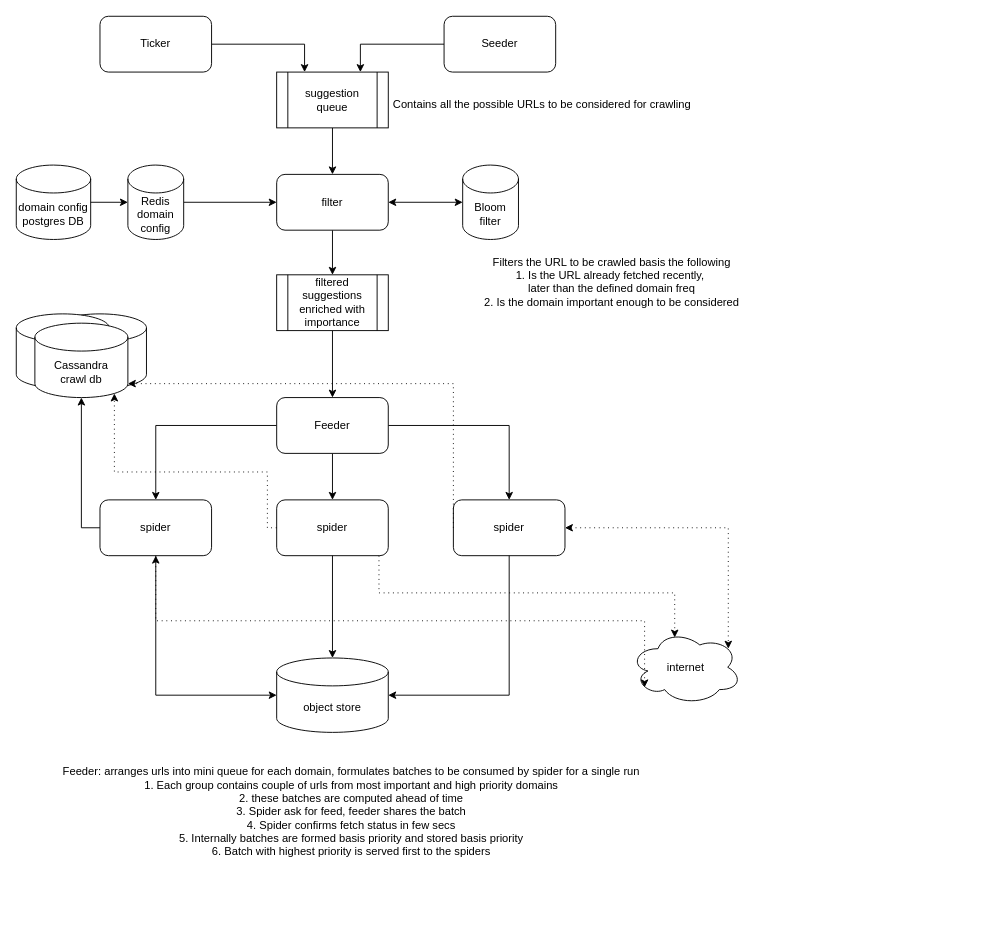
This is web-crawler/assets/web-crawler.drawio from Circles24/high-level-designs, a draw.io file, before an edit. Source tidied: cells renumbered, new cells numbered last; positions are measured from the earlier drawing's top-left corner, leaving out a move shared by most shapes. Both pictures are drawn from the tidied source at 93%, with x=0, y=0 at pixel (16, 16).
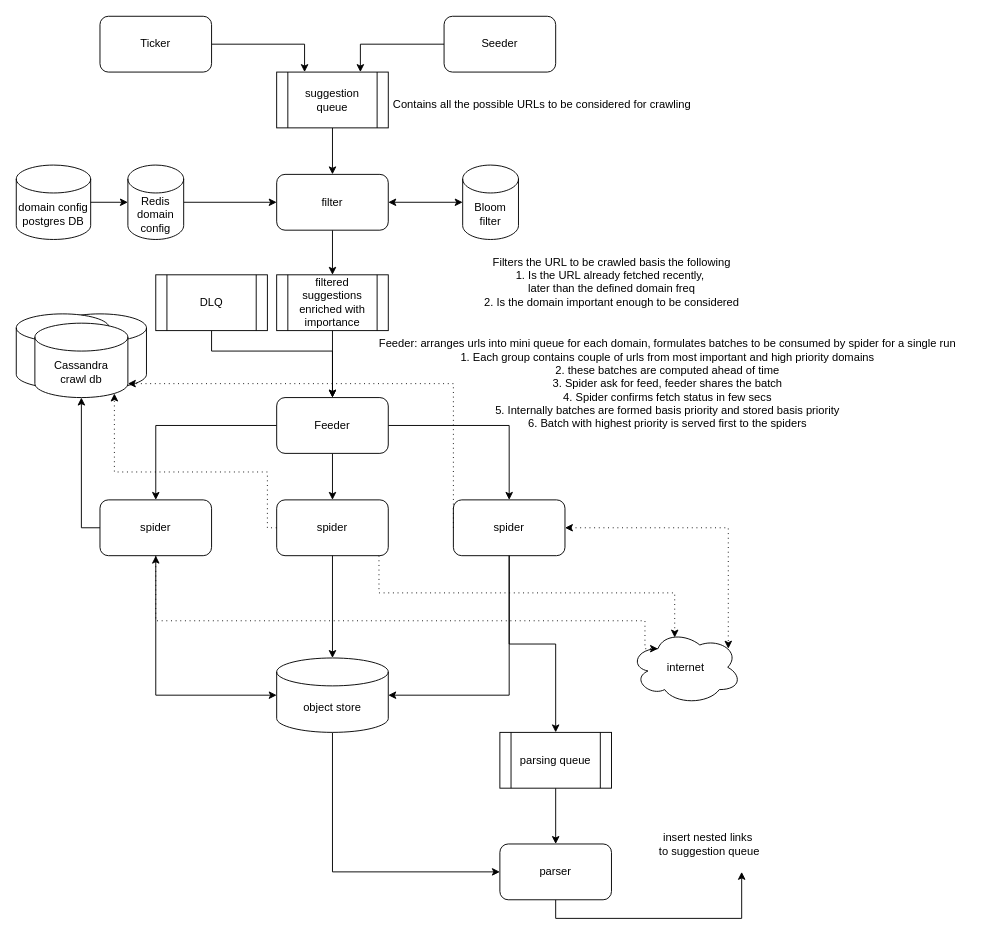
The same page after the edit.

Commit message (it also covers changes not shown here):
fix: web crawler design

The change refers to these unchanged cells:
```xml
<mxCell id="14" value="Feeder" style="rounded=1;whiteSpace=wrap;html=1;" parent="1" vertex="1">
  <mxGeometry x="280" y="410" width="120" height="60" as="geometry" />
</mxCell>
<mxCell id="16" value="spider" style="rounded=1;whiteSpace=wrap;html=1;" parent="1" vertex="1">
  <mxGeometry x="90" y="520" width="120" height="60" as="geometry" />
</mxCell>
<mxCell id="17" value="object store" style="shape=cylinder3;whiteSpace=wrap;html=1;boundedLbl=1;backgroundOutline=1;size=15;" parent="1" vertex="1">
  <mxGeometry x="280" y="690" width="120" height="80" as="geometry" />
</mxCell>
<mxCell id="26" value="spider" style="rounded=1;whiteSpace=wrap;html=1;" parent="1" vertex="1">
  <mxGeometry x="470" y="520" width="120" height="60" as="geometry" />
</mxCell>
<mxCell id="30" value="internet" style="ellipse;shape=cloud;whiteSpace=wrap;html=1;" parent="1" vertex="1">
  <mxGeometry x="660" y="660" width="120" height="80" as="geometry" />
</mxCell>
```

Change to the diagram source:
```diff
@@
+    <mxCell id="42" style="edgeStyle=orthogonalEdgeStyle;rounded=0;jettySize=auto;html=1;exitX=0.5;exitY=1;exitDx=0;exitDy=0;exitPerimeter=0;entryX=0;entryY=0.5;entryDx=0;entryDy=0;" parent="1" edge="1" source="17" target="45">
+      <mxGeometry relative="1" as="geometry" />
+    </mxCell>
@@
+    <mxCell id="43" style="edgeStyle=orthogonalEdgeStyle;rounded=0;jettySize=auto;html=1;entryX=0.5;entryY=0;entryDx=0;entryDy=0;" parent="1" edge="1" source="26" target="47">
+      <mxGeometry relative="1" as="geometry" />
+    </mxCell>
@@
-    <mxCell id="32" style="edgeStyle=orthogonalEdgeStyle;rounded=0;jettySize=auto;html=1;entryX=0.13;entryY=0.77;entryDx=0;entryDy=0;entryPerimeter=0;startArrow=classic;startFill=1;dashed=1;dashPattern=1 4;" parent="1" edge="1" source="16" target="30">
+    <mxCell id="32" style="edgeStyle=orthogonalEdgeStyle;rounded=0;jettySize=auto;html=1;entryX=0.25;entryY=0.25;entryDx=0;entryDy=0;entryPerimeter=0;startArrow=classic;startFill=1;dashed=1;dashPattern=1 4;" parent="1" edge="1" source="16" target="30">
       <mxGeometry relative="1" as="geometry">
         <Array as="points">
           <mxPoint x="150" y="650" />
           <mxPoint x="676" y="650" />
+          <mxPoint x="676" y="680" />
         </Array>
       </mxGeometry>
     </mxCell>
@@
     <mxCell id="40" value="&lt;div&gt;Feeder: arranges urls into mini queue for each domain, formulates batches to be consumed by spider for a single run&lt;/div&gt;&lt;div&gt;1. Each group contains couple of urls from most important and high priority domains&lt;/div&gt;&lt;div&gt;2. these batches are computed ahead of time&lt;/div&gt;&lt;div&gt;3. Spider ask for feed, feeder shares the batch&lt;/div&gt;&lt;div&gt;4. Spider confirms fetch status in few secs&lt;/div&gt;&lt;div&gt;5. Internally batches are formed basis priority and stored basis priority&lt;/div&gt;&lt;div&gt;6. Batch with highest priority is served first to the spiders&lt;/div&gt;" style="text;html=1;align=center;verticalAlign=middle;strokeColor=none;fillColor=none;" parent="1" vertex="1">
-      <mxGeometry x="40" y="800" width="640" height="110" as="geometry" />
+      <mxGeometry x="380" y="340" width="640" height="110" as="geometry" />
     </mxCell>
@@
+    <mxCell id="44" style="edgeStyle=orthogonalEdgeStyle;rounded=0;jettySize=auto;html=1;exitX=0.5;exitY=1;exitDx=0;exitDy=0;" parent="1" edge="1" source="45">
+      <mxGeometry relative="1" as="geometry">
+        <mxPoint x="780" y="920" as="targetPoint" />
+        <Array as="points">
+          <mxPoint x="580" y="970" />
+          <mxPoint x="780" y="970" />
+        </Array>
+      </mxGeometry>
+    </mxCell>
+    <mxCell id="45" value="parser" style="rounded=1;whiteSpace=wrap;html=1;" parent="1" vertex="1">
+      <mxGeometry x="520" y="890" width="120" height="60" as="geometry" />
+    </mxCell>
+    <mxCell id="46" style="edgeStyle=orthogonalEdgeStyle;rounded=0;jettySize=auto;html=1;exitX=0.5;exitY=1;exitDx=0;exitDy=0;entryX=0.5;entryY=0;entryDx=0;entryDy=0;" parent="1" edge="1" source="47" target="45">
+      <mxGeometry relative="1" as="geometry" />
+    </mxCell>
+    <mxCell id="47" value="parsing queue" style="shape=process;whiteSpace=wrap;html=1;backgroundOutline=1;" parent="1" vertex="1">
+      <mxGeometry x="520" y="770" width="120" height="60" as="geometry" />
+    </mxCell>
+    <mxCell id="48" value="&lt;div&gt;insert nested links&amp;nbsp;&lt;/div&gt;&lt;div&gt;to suggestion queue&lt;/div&gt;" style="text;html=1;align=center;verticalAlign=middle;strokeColor=none;fillColor=none;" parent="1" vertex="1">
+      <mxGeometry x="680" y="870" width="130" height="40" as="geometry" />
+    </mxCell>
+    <mxCell id="49" style="edgeStyle=orthogonalEdgeStyle;rounded=0;jettySize=auto;html=1;entryX=0.5;entryY=0;entryDx=0;entryDy=0;" parent="1" edge="1" source="50" target="14">
+      <mxGeometry relative="1" as="geometry">
+        <Array as="points">
+          <mxPoint x="210" y="360" />
+          <mxPoint x="340" y="360" />
+        </Array>
+      </mxGeometry>
+    </mxCell>
+    <mxCell id="50" value="DLQ" style="shape=process;whiteSpace=wrap;html=1;backgroundOutline=1;" parent="1" vertex="1">
+      <mxGeometry x="150" y="278" width="120" height="60" as="geometry" />
+    </mxCell>
```
